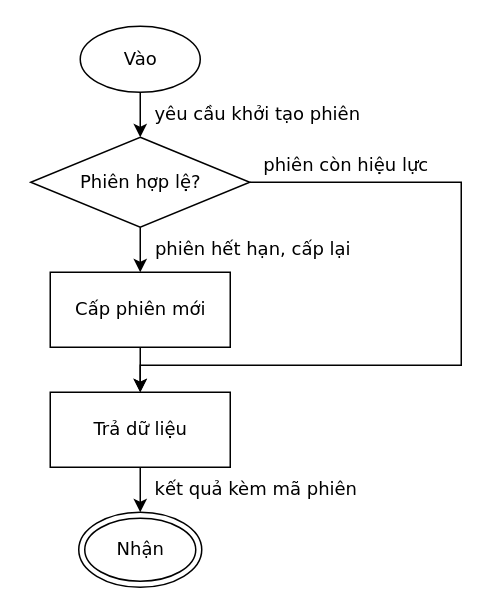
The draw.io diagram conformance/golden/flowchart/11-labels-crowded.drawio in luytbq/flowcast, before the edit. Source tidied: cells renumbered, new cells numbered last; positions are measured from the earlier drawing's top-left corner, leaving out a move shared by most shapes. Both pictures are drawn from the tidied source at 150%, with x=0, y=0 at pixel (30, 26).
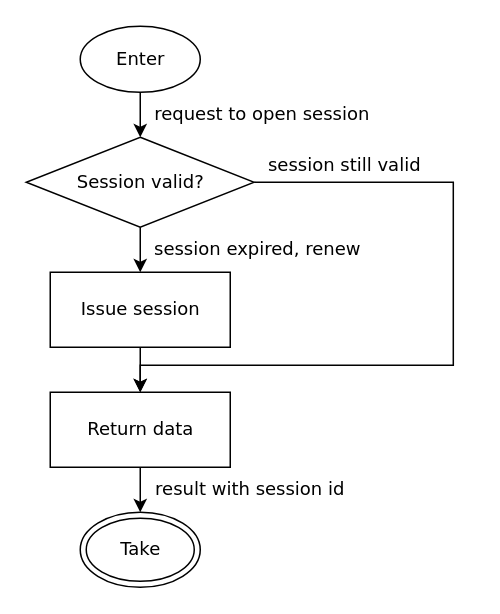
After the change.

What changed in the source:
```diff
@@
 <mxGraphModel>
   <root>
     <mxCell id="0" />
     <mxCell id="1" parent="0" />
-    <mxCell id="2" value="Vào" style="ellipse;html=1;fontFamily=Verdana;fontSize=12;flowtable=1;" parent="1" vertex="1">
+    <mxCell id="2" value="Enter" style="ellipse;html=1;fontFamily=Verdana;fontSize=12;flowtable=1;" parent="1" vertex="1">
       <mxGeometry x="33" width="80" height="44" as="geometry" />
     </mxCell>
-    <mxCell id="3" value="Phiên hợp lệ?" style="rhombus;html=1;fontFamily=Verdana;fontSize=12;flowtable=1;" parent="1" vertex="1">
-      <mxGeometry y="74" width="146" height="60" as="geometry" />
+    <mxCell id="3" value="Session valid?" style="rhombus;html=1;fontFamily=Verdana;fontSize=12;flowtable=1;" parent="1" vertex="1">
+      <mxGeometry x="-3" y="74" width="152" height="60" as="geometry" />
     </mxCell>
-    <mxCell id="4" value="Cấp phiên mới" style="rounded=0;html=1;fontFamily=Verdana;fontSize=12;flowtable=1;" parent="1" vertex="1">
+    <mxCell id="4" value="Issue session" style="rounded=0;html=1;fontFamily=Verdana;fontSize=12;flowtable=1;" parent="1" vertex="1">
       <mxGeometry x="13" y="164" width="120" height="50" as="geometry" />
     </mxCell>
-    <mxCell id="5" value="Trả dữ liệu" style="rounded=0;html=1;fontFamily=Verdana;fontSize=12;flowtable=1;" parent="1" vertex="1">
+    <mxCell id="5" value="Return data" style="rounded=0;html=1;fontFamily=Verdana;fontSize=12;flowtable=1;" parent="1" vertex="1">
       <mxGeometry x="13" y="244" width="120" height="50" as="geometry" />
     </mxCell>
-    <mxCell id="6" value="Nhận" style="shape=doubleEllipse;html=1;fontFamily=Verdana;fontSize=12;flowtable=1;" parent="1" vertex="1">
-      <mxGeometry x="32" y="324" width="82" height="50" as="geometry" />
+    <mxCell id="6" value="Take" style="shape=doubleEllipse;html=1;fontFamily=Verdana;fontSize=12;flowtable=1;" parent="1" vertex="1">
+      <mxGeometry x="33" y="324" width="80" height="50" as="geometry" />
     </mxCell>
-    <mxCell id="7" value="yêu cầu khởi tạo phiên" style="edgeStyle=orthogonalEdgeStyle;rounded=0;jettySize=auto;html=1;labelBackgroundColor=default;exitX=0.5;exitY=1;exitDx=0;exitDy=0;entryX=0.5;entryY=0;entryDx=0;entryDy=0;fontFamily=Verdana;fontSize=12;flowtable=1;" parent="1" edge="1" source="2" target="3">
+    <mxCell id="7" value="request to open session" style="edgeStyle=orthogonalEdgeStyle;rounded=0;jettySize=auto;html=1;labelBackgroundColor=default;exitX=0.5;exitY=1;exitDx=0;exitDy=0;entryX=0.5;entryY=0;entryDx=0;entryDy=0;fontFamily=Verdana;fontSize=12;flowtable=1;" parent="1" edge="1" source="2" target="3">
       <mxGeometry x="-0.03" relative="1" as="geometry">
-        <mxPoint x="77.7" as="offset" />
+        <mxPoint x="80.9" as="offset" />
       </mxGeometry>
     </mxCell>
-    <mxCell id="8" value="phiên hết hạn, cấp lại" style="edgeStyle=orthogonalEdgeStyle;rounded=0;jettySize=auto;html=1;labelBackgroundColor=default;exitX=0.5;exitY=1;exitDx=0;exitDy=0;entryX=0.5;entryY=0;entryDx=0;entryDy=0;fontFamily=Verdana;fontSize=12;flowtable=1;" parent="1" edge="1" source="3" target="4">
+    <mxCell id="8" value="session expired, renew" style="edgeStyle=orthogonalEdgeStyle;rounded=0;jettySize=auto;html=1;labelBackgroundColor=default;exitX=0.5;exitY=1;exitDx=0;exitDy=0;entryX=0.5;entryY=0;entryDx=0;entryDy=0;fontFamily=Verdana;fontSize=12;flowtable=1;" parent="1" edge="1" source="3" target="4">
       <mxGeometry x="-0.03" relative="1" as="geometry">
-        <mxPoint x="74.5" as="offset" />
+        <mxPoint x="78.2" as="offset" />
       </mxGeometry>
     </mxCell>
-    <mxCell id="9" value="phiên còn hiệu lực" style="edgeStyle=orthogonalEdgeStyle;rounded=0;jettySize=auto;html=1;labelBackgroundColor=default;exitX=1;exitY=0.5;exitDx=0;exitDy=0;entryX=0.5;entryY=0;entryDx=0;entryDy=0;fontFamily=Verdana;fontSize=12;flowtable=1;" parent="1" edge="1" source="3" target="5">
-      <mxGeometry x="-0.74" relative="1" as="geometry">
+    <mxCell id="9" value="session still valid" style="edgeStyle=orthogonalEdgeStyle;rounded=0;jettySize=auto;html=1;labelBackgroundColor=default;exitX=1;exitY=0.5;exitDx=0;exitDy=0;entryX=0.5;entryY=0;entryDx=0;entryDy=0;fontFamily=Verdana;fontSize=12;flowtable=1;" parent="1" edge="1" source="3" target="5">
+      <mxGeometry x="-0.75" relative="1" as="geometry">
         <Array as="points">
-          <mxPoint x="287" y="104" />
-          <mxPoint x="287" y="226" />
+          <mxPoint x="281.7" y="104" />
+          <mxPoint x="281.7" y="226" />
           <mxPoint x="73" y="226" />
         </Array>
         <mxPoint y="-11.5" as="offset" />
       </mxGeometry>
     </mxCell>
     <mxCell id="10" style="edgeStyle=orthogonalEdgeStyle;rounded=0;jettySize=auto;html=1;labelBackgroundColor=default;exitX=0.5;exitY=1;exitDx=0;exitDy=0;entryX=0.5;entryY=0;entryDx=0;entryDy=0;fontFamily=Verdana;fontSize=12;flowtable=1;" parent="1" edge="1" source="4" target="5">
       <mxGeometry relative="1" as="geometry" />
     </mxCell>
-    <mxCell id="11" value="kết quả kèm mã phiên" style="edgeStyle=orthogonalEdgeStyle;rounded=0;jettySize=auto;html=1;labelBackgroundColor=default;exitX=0.5;exitY=1;exitDx=0;exitDy=0;entryX=0.5;entryY=0;entryDx=0;entryDy=0;fontFamily=Verdana;fontSize=12;flowtable=1;" parent="1" edge="1" source="5" target="6">
+    <mxCell id="11" value="result with session id" style="edgeStyle=orthogonalEdgeStyle;rounded=0;jettySize=auto;html=1;labelBackgroundColor=default;exitX=0.5;exitY=1;exitDx=0;exitDy=0;entryX=0.5;entryY=0;entryDx=0;entryDy=0;fontFamily=Verdana;fontSize=12;flowtable=1;" parent="1" edge="1" source="5" target="6">
       <mxGeometry x="-0.03" relative="1" as="geometry">
-        <mxPoint x="77" as="offset" />
+        <mxPoint x="72.5" as="offset" />
       </mxGeometry>
     </mxCell>
   </root>
 </mxGraphModel>
```
